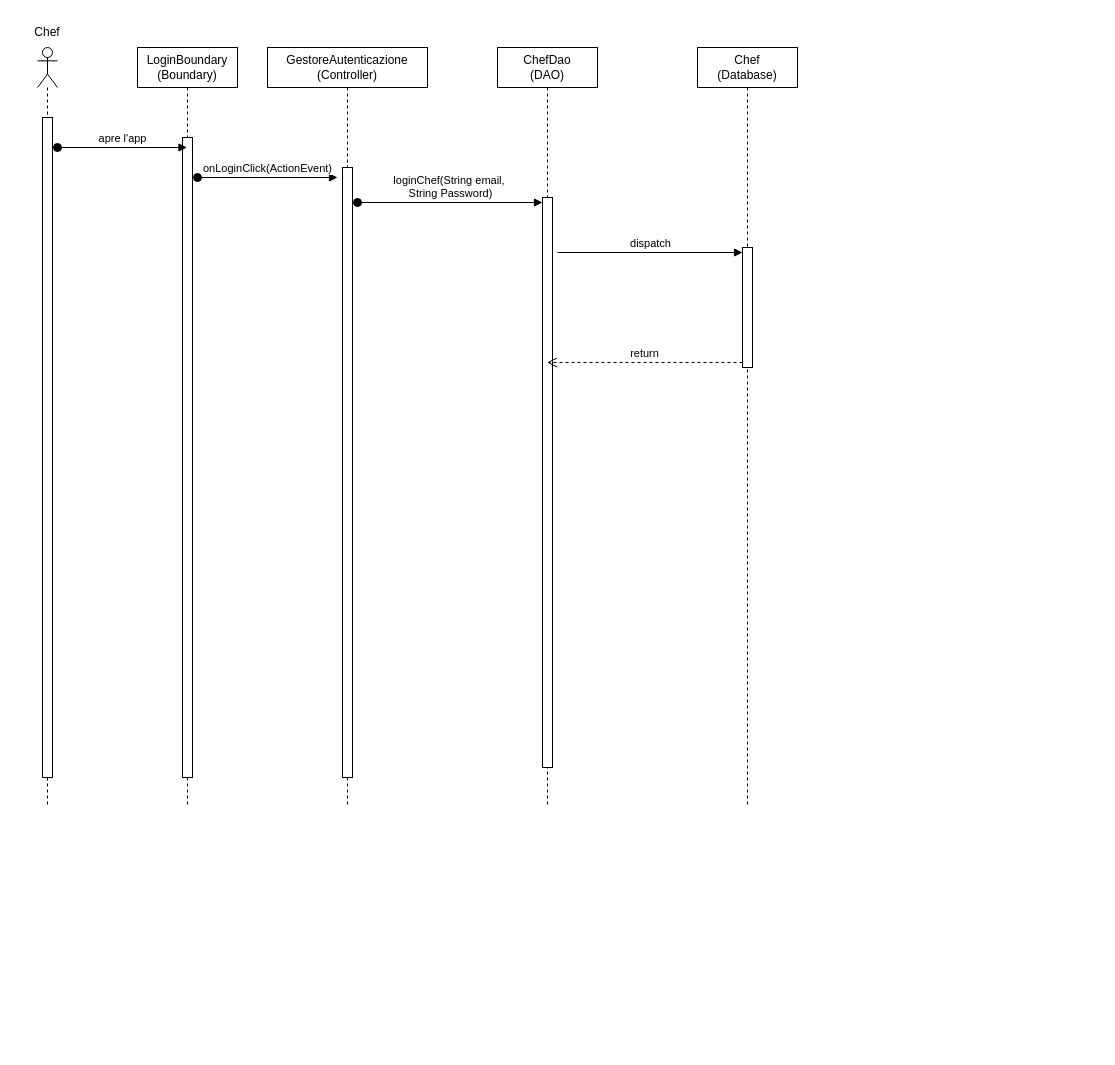
Before: BasiDiDati Progetto/CartellaDocumentazione/flusso login.drawio in SimoneBarbella/Progetto-Basi-Object, a draw.io diagram. Source tidied: cells renumbered, new cells numbered last; positions are measured from the earlier drawing's top-left corner, leaving out a move shared by most shapes. Both pictures are drawn from the tidied source at 100%, with x=0, y=0 at pixel (17, 17).
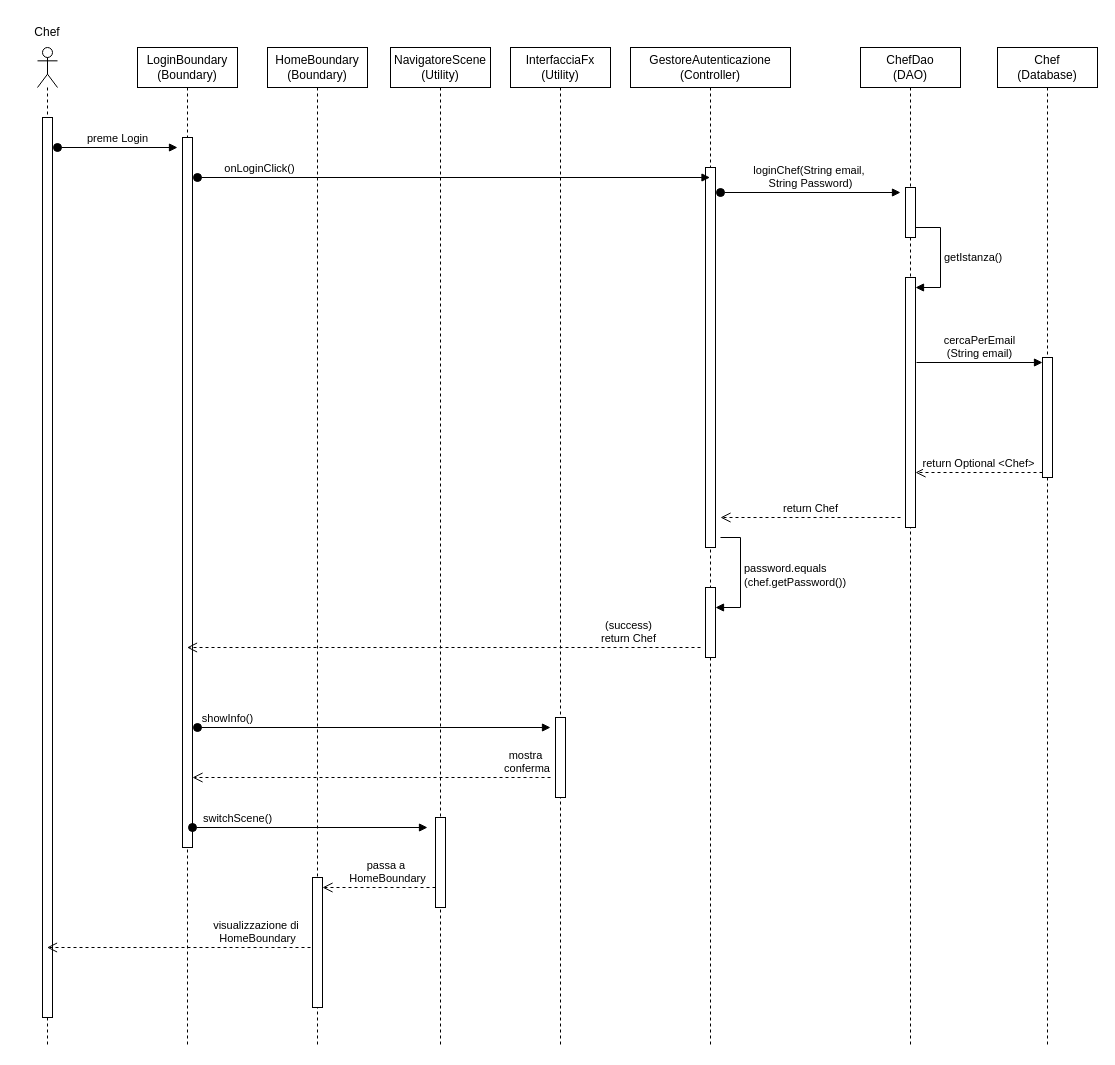
The same page after the edit.

Change to the diagram source:
```diff
@@
     <mxCell id="2" style="shape=umlLifeline;perimeter=lifelinePerimeter;whiteSpace=wrap;html=1;outlineConnect=0;portConstraint=eastwest;newEdgeStyle={&quot;curved&quot;:0,&quot;rounded&quot;:0};participant=umlActor;" parent="1" vertex="1">
-      <mxGeometry x="20" y="30" width="20" height="760" as="geometry" />
+      <mxGeometry x="20" y="30" width="20" height="1000" as="geometry" />
     </mxCell>
     <mxCell id="3" style="html=1;perimeter=orthogonalPerimeter;targetShapes=umlLifeline;newEdgeStyle={&quot;curved&quot;:0,&quot;rounded&quot;:0};" parent="2" vertex="1">
-      <mxGeometry x="5" y="70" width="10" height="660" as="geometry" />
+      <mxGeometry x="5" y="70" width="10" height="900" as="geometry" />
     </mxCell>
@@
     <mxCell id="5" value="LoginBoundary&lt;div&gt;(Boundary)&lt;/div&gt;" style="shape=umlLifeline;perimeter=lifelinePerimeter;whiteSpace=wrap;html=1;outlineConnect=0;portConstraint=eastwest;newEdgeStyle={&quot;curved&quot;:0,&quot;rounded&quot;:0};" parent="1" vertex="1">
-      <mxGeometry x="120" y="30" width="100" height="760" as="geometry" />
+      <mxGeometry x="120" y="30" width="100" height="1000" as="geometry" />
     </mxCell>
     <mxCell id="6" style="html=1;points=[[0,0,0,0,5],[0,1,0,0,-5],[1,0,0,0,5],[1,1,0,0,-5]];perimeter=orthogonalPerimeter;outlineConnect=0;targetShapes=umlLifeline;portConstraint=eastwest;newEdgeStyle={&quot;curved&quot;:0,&quot;rounded&quot;:0};" parent="5" vertex="1">
-      <mxGeometry x="45" y="90" width="10" height="640" as="geometry" />
+      <mxGeometry x="45" y="90" width="10" height="710" as="geometry" />
     </mxCell>
     <mxCell id="7" value="GestoreAutenticazione&lt;div&gt;(Controller)&lt;/div&gt;" style="shape=umlLifeline;perimeter=lifelinePerimeter;whiteSpace=wrap;html=1;outlineConnect=0;portConstraint=eastwest;newEdgeStyle={&quot;curved&quot;:0,&quot;rounded&quot;:0};" parent="1" vertex="1">
-      <mxGeometry x="250" y="30" width="160" height="760" as="geometry" />
+      <mxGeometry x="613" y="30" width="160" height="1000" as="geometry" />
     </mxCell>
     <mxCell id="8" style="html=1;perimeter=orthogonalPerimeter;targetShapes=umlLifeline;newEdgeStyle={&quot;curved&quot;:0,&quot;rounded&quot;:0};" parent="7" vertex="1">
-      <mxGeometry x="75" y="120" width="10" height="610" as="geometry" />
+      <mxGeometry x="75" y="120" width="10" height="380" as="geometry" />
     </mxCell>
+    <mxCell id="18" style="html=1;points=[[0,0,0,0,5],[0,1,0,0,-5],[1,0,0,0,5],[1,1,0,0,-5]];perimeter=orthogonalPerimeter;outlineConnect=0;targetShapes=umlLifeline;portConstraint=eastwest;newEdgeStyle={&quot;curved&quot;:0,&quot;rounded&quot;:0};" parent="7" vertex="1">
+      <mxGeometry x="75" y="540" width="10" height="70" as="geometry" />
+    </mxCell>
+    <mxCell id="19" value="password.equals&lt;div&gt;(chef.getPassword())&lt;/div&gt;" style="html=1;align=left;spacingLeft=2;endArrow=block;rounded=0;edgeStyle=orthogonalEdgeStyle;curved=0;rounded=0;" parent="7" edge="1" target="18">
+      <mxGeometry relative="1" as="geometry">
+        <mxPoint x="90" y="490" as="sourcePoint" />
+        <Array as="points">
+          <mxPoint x="110" y="490" />
+          <mxPoint x="110" y="560" />
+        </Array>
+      </mxGeometry>
+    </mxCell>
+    <mxCell id="20" style="html=1;perimeter=orthogonalPerimeter;targetShapes=umlLifeline;newEdgeStyle={&quot;curved&quot;:0,&quot;rounded&quot;:0};" parent="7" vertex="1">
+      <mxGeometry x="-75" y="670" width="10" height="70" as="geometry" />
+    </mxCell>
+    <mxCell id="21" value="(success)&lt;br&gt;return Chef" style="html=1;verticalAlign=bottom;endArrow=open;dashed=1;endSize=8;curved=0;rounded=0;" parent="7" edge="1" target="5">
+      <mxGeometry x="-0.72" relative="1" as="geometry">
+        <mxPoint x="70" y="600" as="sourcePoint" />
+      </mxGeometry>
+    </mxCell>
+    <mxCell id="22" value="showInfo&lt;span style=&quot;background-color: light-dark(#ffffff, var(--ge-dark-color, #121212)); color: light-dark(rgb(0, 0, 0), rgb(255, 255, 255));&quot;&gt;(&lt;/span&gt;&lt;span style=&quot;color: light-dark(rgb(0, 0, 0), rgb(255, 255, 255)); background-color: light-dark(#ffffff, var(--ge-dark-color, #121212));&quot;&gt;)&lt;/span&gt;" style="html=1;verticalAlign=bottom;startArrow=oval;startFill=1;endArrow=block;startSize=8;curved=0;rounded=0;" parent="7" edge="1">
+      <mxGeometry x="-0.83" relative="1" as="geometry">
+        <mxPoint x="-433" y="680" as="sourcePoint" />
+        <mxPoint x="-80" y="680" as="targetPoint" />
+      </mxGeometry>
+    </mxCell>
+    <mxCell id="23" value="mostra&lt;div&gt;&amp;nbsp;conferma&lt;/div&gt;" style="html=1;verticalAlign=bottom;endArrow=open;dashed=1;endSize=8;curved=0;rounded=0;" parent="7" edge="1" target="6">
+      <mxGeometry x="-0.86" relative="1" as="geometry">
+        <mxPoint x="-80" y="730" as="sourcePoint" />
+      </mxGeometry>
+    </mxCell>
+    <mxCell id="24" style="html=1;perimeter=orthogonalPerimeter;targetShapes=umlLifeline;newEdgeStyle={&quot;curved&quot;:0,&quot;rounded&quot;:0};" parent="7" vertex="1">
+      <mxGeometry x="-195" y="770" width="10" height="90" as="geometry" />
+    </mxCell>
+    <mxCell id="25" value="switchScene&lt;span style=&quot;background-color: light-dark(#ffffff, var(--ge-dark-color, #121212)); color: light-dark(rgb(0, 0, 0), rgb(255, 255, 255));&quot;&gt;(&lt;/span&gt;&lt;span style=&quot;color: light-dark(rgb(0, 0, 0), rgb(255, 255, 255)); background-color: light-dark(#ffffff, var(--ge-dark-color, #121212));&quot;&gt;)&lt;/span&gt;" style="html=1;verticalAlign=bottom;startArrow=oval;startFill=1;endArrow=block;startSize=8;curved=0;rounded=0;" parent="7" edge="1" source="6">
+      <mxGeometry x="-0.62" relative="1" as="geometry">
+        <mxPoint x="-203" y="780" as="targetPoint" />
+      </mxGeometry>
+    </mxCell>
     <mxCell id="9" value="ChefDao&lt;div&gt;(DAO)&lt;/div&gt;" style="shape=umlLifeline;perimeter=lifelinePerimeter;whiteSpace=wrap;html=1;outlineConnect=0;portConstraint=eastwest;newEdgeStyle={&quot;curved&quot;:0,&quot;rounded&quot;:0};" parent="1" vertex="1">
-      <mxGeometry x="480" y="30" width="100" height="760" as="geometry" />
+      <mxGeometry x="843" y="30" width="100" height="1000" as="geometry" />
     </mxCell>
-    <mxCell id="10" style="html=1;points=[[0,0,0,0,5],[0,1,0,0,-5],[1,0,0,0,5],[1,1,0,0,-5]];perimeter=orthogonalPerimeter;outlineConnect=0;targetShapes=umlLifeline;portConstraint=eastwest;newEdgeStyle={&quot;curved&quot;:0,&quot;rounded&quot;:0};" parent="9" vertex="1">
-      <mxGeometry x="45" y="150" width="10" height="570" as="geometry" />
-    </mxCell>
+    <mxCell id="26" style="html=1;points=[[0,0,0,0,5],[0,1,0,0,-5],[1,0,0,0,5],[1,1,0,0,-5]];perimeter=orthogonalPerimeter;outlineConnect=0;targetShapes=umlLifeline;portConstraint=eastwest;newEdgeStyle={&quot;curved&quot;:0,&quot;rounded&quot;:0};" parent="9" vertex="1">
+      <mxGeometry x="45" y="140" width="10" height="50" as="geometry" />
+    </mxCell>
+    <mxCell id="27" style="html=1;points=[[0,0,0,0,5],[0,1,0,0,-5],[1,0,0,0,5],[1,1,0,0,-5]];perimeter=orthogonalPerimeter;outlineConnect=0;targetShapes=umlLifeline;portConstraint=eastwest;newEdgeStyle={&quot;curved&quot;:0,&quot;rounded&quot;:0};" parent="9" vertex="1">
+      <mxGeometry x="45" y="230" width="10" height="250" as="geometry" />
+    </mxCell>
+    <mxCell id="28" value="getIstanza()" style="html=1;align=left;spacingLeft=2;endArrow=block;rounded=0;edgeStyle=orthogonalEdgeStyle;curved=0;rounded=0;" parent="9" edge="1" source="26" target="27">
+      <mxGeometry relative="1" as="geometry">
+        <Array as="points">
+          <mxPoint x="80" y="180" />
+          <mxPoint x="80" y="240" />
+        </Array>
+      </mxGeometry>
+    </mxCell>
     <mxCell id="11" value="Chef&lt;div&gt;(Database)&lt;/div&gt;" style="shape=umlLifeline;perimeter=lifelinePerimeter;whiteSpace=wrap;html=1;newEdgeStyle={&quot;curved&quot;:0,&quot;rounded&quot;:0};" parent="1" vertex="1">
-      <mxGeometry x="680" y="30" width="100" height="760" as="geometry" />
+      <mxGeometry x="980" y="30" width="100" height="1000" as="geometry" />
     </mxCell>
     <mxCell id="12" style="html=1;points=[[0,0,0,0,5],[0,1,0,0,-5],[1,0,0,0,5],[1,1,0,0,-5]];perimeter=orthogonalPerimeter;outlineConnect=0;targetShapes=umlLifeline;portConstraint=eastwest;newEdgeStyle={&quot;curved&quot;:0,&quot;rounded&quot;:0};" parent="11" vertex="1">
-      <mxGeometry x="45" y="200" width="10" height="120" as="geometry" />
+      <mxGeometry x="45" y="310" width="10" height="120" as="geometry" />
     </mxCell>
-    <mxCell id="13" value="apre l'app" style="html=1;verticalAlign=bottom;startArrow=oval;endArrow=block;startSize=8;curved=0;rounded=0;" parent="1" edge="1" target="5">
+    <mxCell id="13" value="preme Login" style="html=1;verticalAlign=bottom;startArrow=oval;endArrow=block;startSize=8;curved=0;rounded=0;" parent="1" edge="1">
       <mxGeometry relative="1" as="geometry">
         <mxPoint x="40" y="130" as="sourcePoint" />
+        <mxPoint x="160" y="130" as="targetPoint" />
       </mxGeometry>
     </mxCell>
-    <mxCell id="14" value="onLoginClick(ActionEvent)" style="html=1;verticalAlign=bottom;startArrow=oval;endArrow=block;startSize=8;curved=0;rounded=0;" parent="1" edge="1">
-      <mxGeometry relative="1" as="geometry">
+    <mxCell id="14" value="onLoginClick&lt;span style=&quot;background-color: light-dark(#ffffff, var(--ge-dark-color, #121212)); color: light-dark(rgb(0, 0, 0), rgb(255, 255, 255));&quot;&gt;()&lt;/span&gt;" style="html=1;verticalAlign=bottom;startArrow=oval;endArrow=block;startSize=8;curved=0;rounded=0;" parent="1" edge="1" target="7">
+      <mxGeometry x="-0.76" relative="1" as="geometry">
         <mxPoint x="180" y="160" as="sourcePoint" />
-        <mxPoint x="320" y="160" as="targetPoint" />
       </mxGeometry>
     </mxCell>
-    <mxCell id="15" value="loginChef(String email,&amp;nbsp;&lt;div&gt;String Password)&lt;/div&gt;" style="html=1;verticalAlign=bottom;startArrow=oval;endArrow=block;startSize=8;curved=0;rounded=0;entryX=0;entryY=0;entryDx=0;entryDy=5;" parent="1" edge="1" target="10">
+    <mxCell id="15" value="loginChef(String email,&amp;nbsp;&lt;div&gt;String Password)&lt;/div&gt;" style="html=1;verticalAlign=bottom;startArrow=oval;endArrow=block;startSize=8;curved=0;rounded=0;" parent="1" edge="1">
       <mxGeometry relative="1" as="geometry">
-        <mxPoint x="340" y="185" as="sourcePoint" />
+        <mxPoint x="703" y="175" as="sourcePoint" />
+        <mxPoint x="883" y="175" as="targetPoint" />
       </mxGeometry>
     </mxCell>
-    <mxCell id="16" value="dispatch" style="html=1;verticalAlign=bottom;endArrow=block;curved=0;rounded=0;entryX=0;entryY=0;entryDx=0;entryDy=5;" parent="1" edge="1" target="12">
+    <mxCell id="16" value="cercaPerEmail&lt;div&gt;(String email)&lt;/div&gt;" style="html=1;verticalAlign=bottom;endArrow=block;curved=0;rounded=0;" parent="1" edge="1" target="12">
       <mxGeometry relative="1" as="geometry">
-        <mxPoint x="540" y="235" as="sourcePoint" />
+        <mxPoint x="899" y="345" as="sourcePoint" />
       </mxGeometry>
     </mxCell>
-    <mxCell id="17" value="return" style="html=1;verticalAlign=bottom;endArrow=open;dashed=1;endSize=8;curved=0;rounded=0;exitX=0;exitY=1;exitDx=0;exitDy=-5;" parent="1" edge="1" source="12" target="9">
-      <mxGeometry relative="1" as="geometry" />
+    <mxCell id="17" value="return Optional &amp;lt;Chef&amp;gt;" style="html=1;verticalAlign=bottom;endArrow=open;dashed=1;endSize=8;curved=0;rounded=0;exitX=0;exitY=1;exitDx=0;exitDy=-5;" parent="1" edge="1" source="12">
+      <mxGeometry relative="1" as="geometry">
+        <mxPoint x="898" y="455" as="targetPoint" />
+      </mxGeometry>
     </mxCell>
+    <mxCell id="29" value="return Chef" style="html=1;verticalAlign=bottom;endArrow=open;dashed=1;endSize=8;curved=0;rounded=0;" parent="1" edge="1">
+      <mxGeometry relative="1" as="geometry">
+        <mxPoint x="883" y="500" as="sourcePoint" />
+        <mxPoint x="703" y="500" as="targetPoint" />
+      </mxGeometry>
+    </mxCell>
+    <mxCell id="30" value="InterfacciaFx&lt;div&gt;(Utility)&lt;/div&gt;" style="shape=umlLifeline;perimeter=lifelinePerimeter;whiteSpace=wrap;html=1;newEdgeStyle={&quot;curved&quot;:0,&quot;rounded&quot;:0};" parent="1" vertex="1">
+      <mxGeometry x="493" y="30" width="100" height="1000" as="geometry" />
+    </mxCell>
+    <mxCell id="31" style="html=1;perimeter=orthogonalPerimeter;targetShapes=umlLifeline;newEdgeStyle={&quot;curved&quot;:0,&quot;rounded&quot;:0};" parent="30" vertex="1">
+      <mxGeometry x="45" y="670" width="10" height="80" as="geometry" />
+    </mxCell>
+    <mxCell id="32" value="NavigatoreScene&lt;div&gt;(Utility)&lt;/div&gt;" style="shape=umlLifeline;perimeter=lifelinePerimeter;whiteSpace=wrap;html=1;newEdgeStyle={&quot;curved&quot;:0,&quot;rounded&quot;:0};" parent="1" vertex="1">
+      <mxGeometry x="373" y="30" width="100" height="1000" as="geometry" />
+    </mxCell>
+    <mxCell id="33" style="html=1;perimeter=orthogonalPerimeter;targetShapes=umlLifeline;newEdgeStyle={&quot;curved&quot;:0,&quot;rounded&quot;:0};" parent="32" vertex="1">
+      <mxGeometry x="45" y="770" width="10" height="90" as="geometry" />
+    </mxCell>
+    <mxCell id="34" value="HomeBoundary&lt;div&gt;(Boundary)&lt;/div&gt;" style="shape=umlLifeline;perimeter=lifelinePerimeter;whiteSpace=wrap;html=1;newEdgeStyle={&quot;curved&quot;:0,&quot;rounded&quot;:0};" parent="1" vertex="1">
+      <mxGeometry x="250" y="30" width="100" height="1000" as="geometry" />
+    </mxCell>
+    <mxCell id="35" style="html=1;perimeter=orthogonalPerimeter;targetShapes=umlLifeline;newEdgeStyle={&quot;curved&quot;:0,&quot;rounded&quot;:0};" parent="34" vertex="1">
+      <mxGeometry x="45" y="830" width="10" height="130" as="geometry" />
+    </mxCell>
+    <mxCell id="36" value="passa a&amp;nbsp;&lt;div&gt;HomeBoundary&lt;/div&gt;" style="html=1;verticalAlign=bottom;endArrow=open;dashed=1;endSize=8;curved=0;rounded=0;" parent="1" edge="1">
+      <mxGeometry x="-0.15" relative="1" as="geometry">
+        <mxPoint x="418" y="870" as="sourcePoint" />
+        <mxPoint x="305" y="870" as="targetPoint" />
+      </mxGeometry>
+    </mxCell>
+    <mxCell id="37" value="visualizzazione di&amp;nbsp;&lt;div&gt;HomeBoundary&lt;/div&gt;" style="html=1;verticalAlign=bottom;endArrow=open;dashed=1;endSize=8;curved=0;rounded=0;" parent="1" edge="1" target="2">
+      <mxGeometry x="-0.6" relative="1" as="geometry">
+        <mxPoint x="293" y="930" as="sourcePoint" />
+      </mxGeometry>
+    </mxCell>
```
